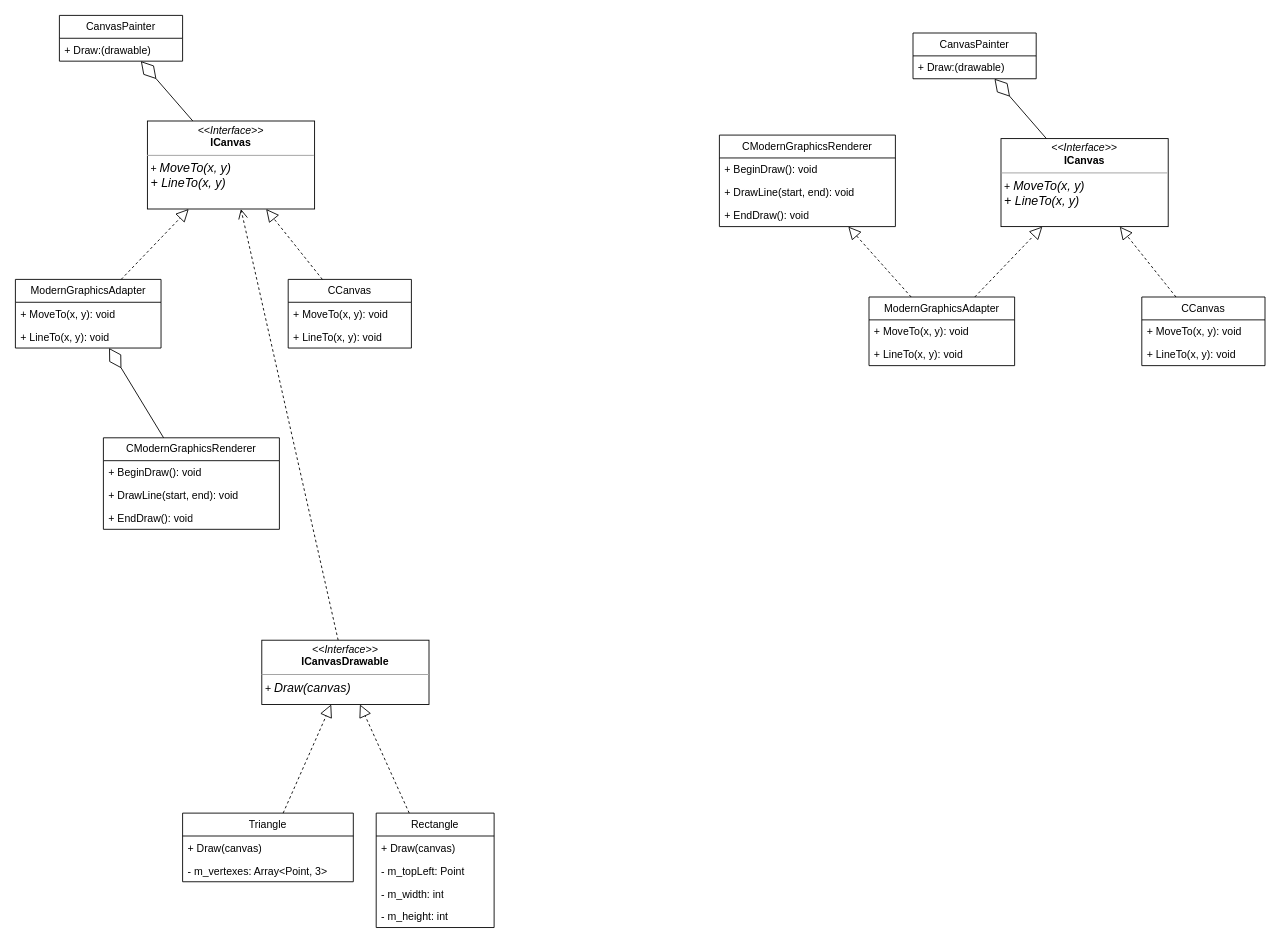
Earlier version of the draw.io diagram Lab06/adapter_v1.drawio (karupoiss00/ood). Source tidied: cells renumbered, new cells numbered last; positions are measured from the earlier drawing's top-left corner, leaving out a move shared by most shapes. Both pictures are drawn from the tidied source at 88%, with x=0, y=0 at pixel (15, 15).
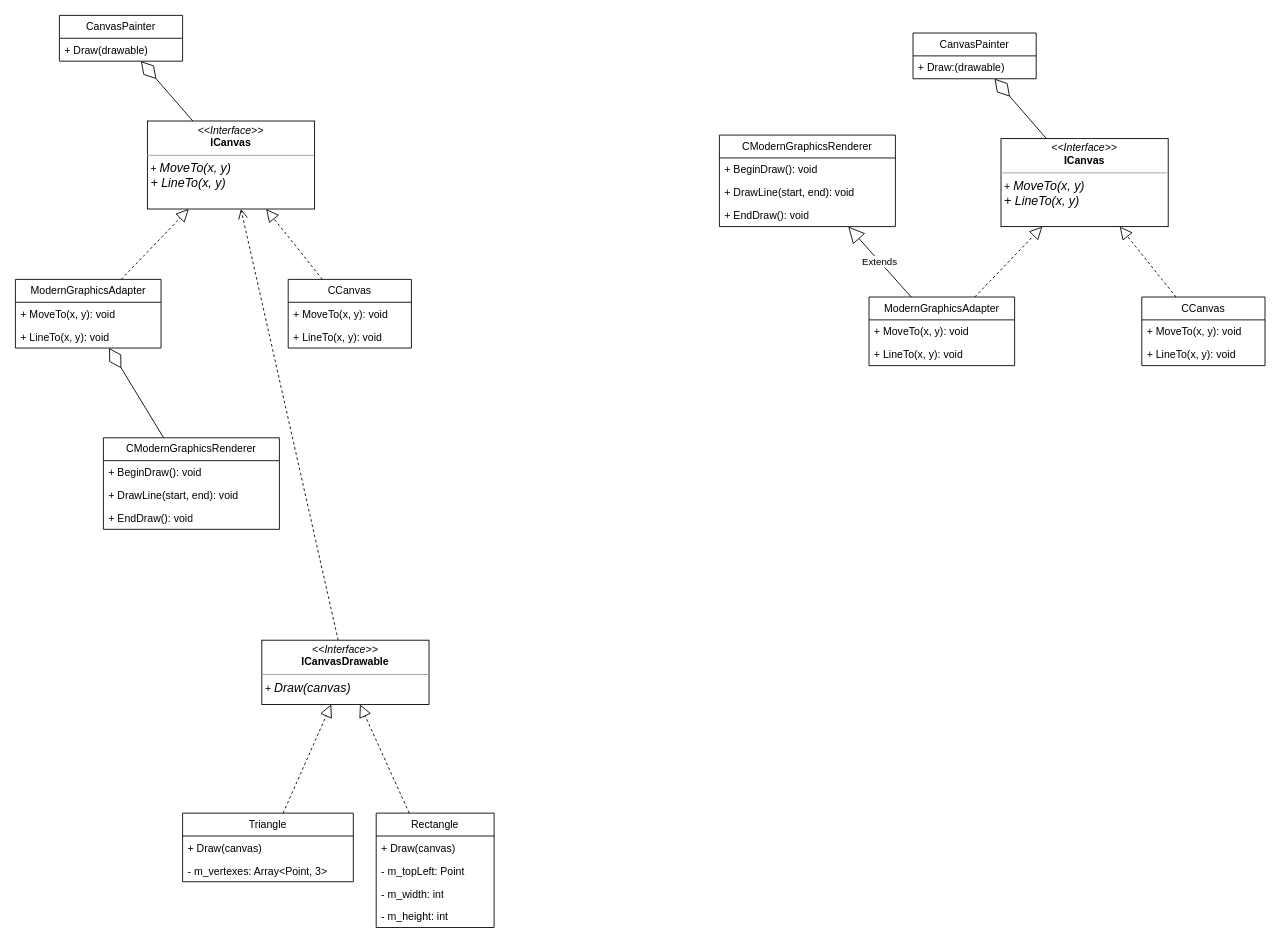
The same page after the edit.

Unchanged cells that the change refers to:
```xml
<mxCell id="5" value="CanvasPainter" style="swimlane;fontStyle=0;horizontal=1;startSize=26;fillColor=none;whiteSpace=wrap;html=1;" parent="1" vertex="1">
  <mxGeometry x="50" width="140" height="52" as="geometry" />
</mxCell>
<mxCell id="39" value="ModernGraphicsAdapter" style="swimlane;fontStyle=0;horizontal=1;startSize=26;fillColor=none;whiteSpace=wrap;html=1;" parent="1" vertex="1">
  <mxGeometry x="970" y="320" width="165.5" height="78" as="geometry" />
</mxCell>
<mxCell id="43" value="CModernGraphicsRenderer" style="swimlane;fontStyle=0;horizontal=1;startSize=26;fillColor=none;whiteSpace=wrap;html=1;" parent="1" vertex="1">
  <mxGeometry x="800" y="136" width="200" height="104" as="geometry" />
</mxCell>
```

The edit, as a diff of the source:
```diff
@@
-    <mxCell id="6" value="+ Draw:(drawable)" style="text;strokeColor=none;fillColor=none;align=left;verticalAlign=top;spacingLeft=4;spacingRight=4;overflow=hidden;whiteSpace=wrap;html=1;" parent="5" vertex="1">
+    <mxCell id="6" value="+ Draw(drawable)" style="text;strokeColor=none;fillColor=none;align=left;verticalAlign=top;spacingLeft=4;spacingRight=4;overflow=hidden;whiteSpace=wrap;html=1;" parent="5" vertex="1">
       <mxGeometry y="26" width="140" height="26" as="geometry" />
     </mxCell>
@@
-    <mxCell id="47" style="endArrow=block;dashed=1;endFill=0;endSize=12;html=1;rounded=0;" parent="1" edge="1" source="39" target="43">
+    <mxCell id="47" value="Extends" style="endArrow=block;endSize=16;endFill=0;html=1;rounded=0;" parent="1" edge="1" source="39" target="43">
       <mxGeometry relative="1" as="geometry" />
     </mxCell>
```
